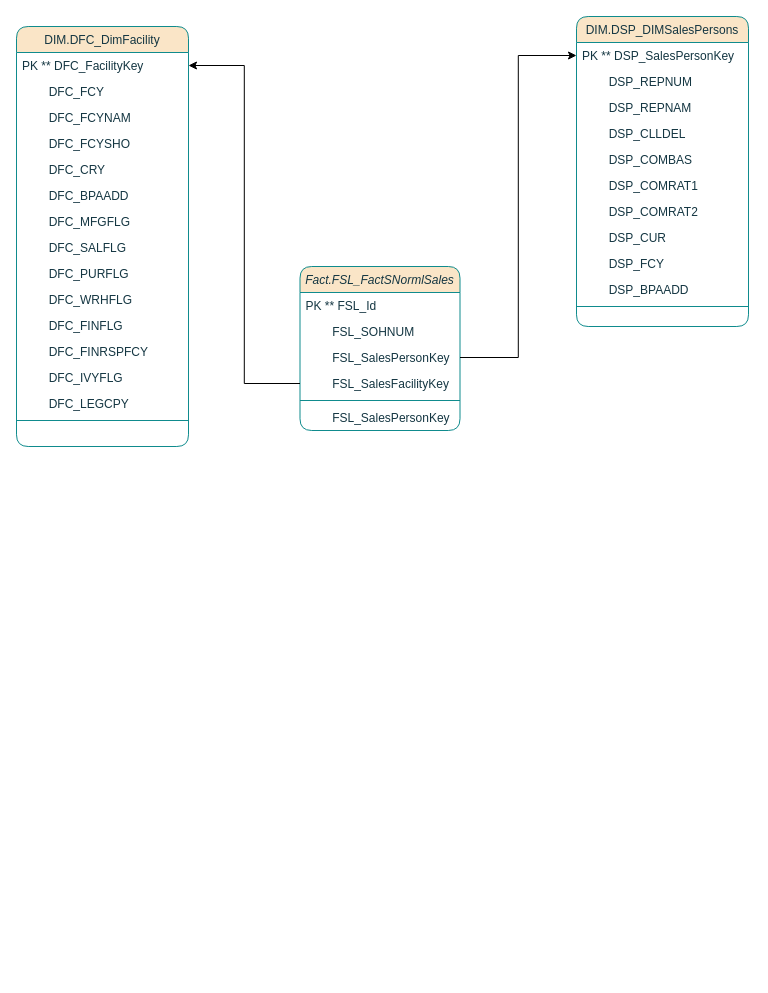
BorchaniMohamed/BI_PROJECT_PFE keeps this draw.io diagram as Diagramme de classe.drawio. Above is the earlier version. Source tidied: cells renumbered, new cells numbered last; positions are measured from the earlier drawing's top-left corner, leaving out a move shared by most shapes. Both pictures are drawn from the tidied source at 100%, with x=0, y=0 at pixel (16, 16).
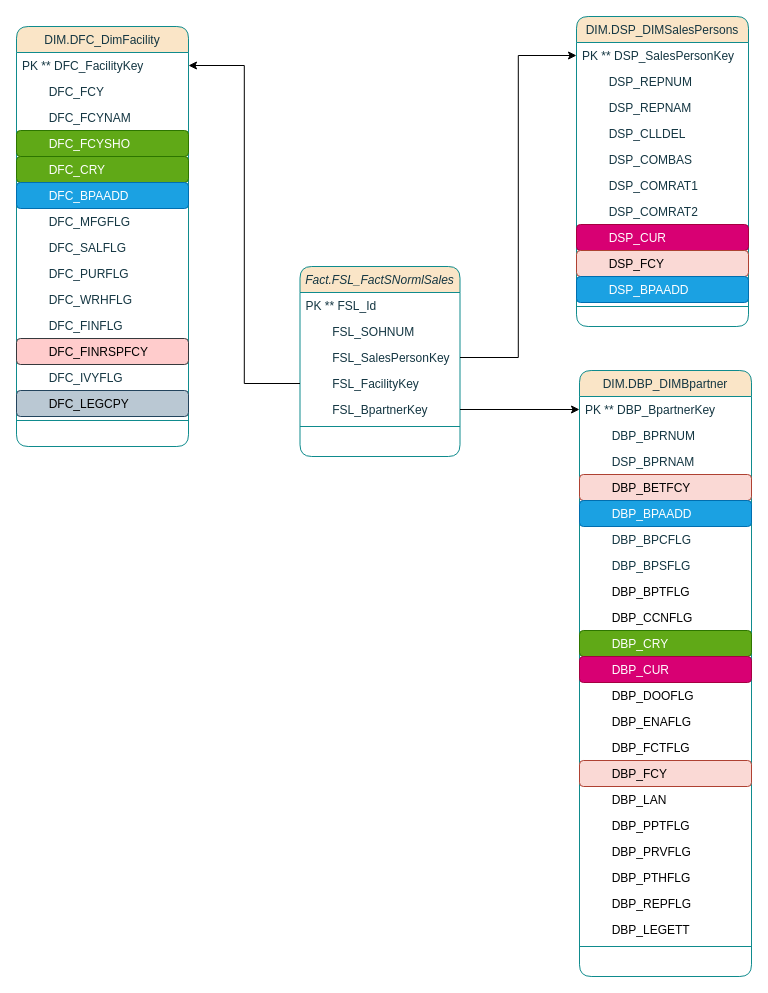
After the change.

Commit message:
Mettre à jour Diagramme de classe.drawio

Unchanged cells that the change refers to:
```xml
<mxCell id="9" value="DIM.DSP_DIMSalesPersons" style="swimlane;fontStyle=0;align=center;verticalAlign=top;horizontal=1;startSize=26;rounded=1;shadow=0;strokeWidth=1;fillColor=#FAE5C7;strokeColor=#0F8B8D;labelBackgroundColor=none;fontColor=#143642;" parent="1" vertex="1">
  <mxGeometry x="560" width="172" height="310" as="geometry" />
</mxCell>
<mxCell id="22" value="DIM.DFC_DimFacility" style="swimlane;fontStyle=0;align=center;verticalAlign=top;horizontal=1;startSize=26;rounded=1;shadow=0;strokeWidth=1;fillColor=#FAE5C7;strokeColor=#0F8B8D;labelBackgroundColor=none;fontColor=#143642;" parent="1" vertex="1">
  <mxGeometry y="10" width="172" height="420" as="geometry" />
</mxCell>
```

What changed in the source:
```diff
@@
     <mxCell id="2" value="Fact.FSL_FactSNormlSales" style="swimlane;fontStyle=2;align=center;verticalAlign=top;horizontal=1;startSize=26;rounded=1;shadow=0;strokeWidth=1;labelBackgroundColor=none;fillColor=#FAE5C7;strokeColor=#0F8B8D;fontColor=#143642;" parent="1" vertex="1">
-      <mxGeometry x="283.5" y="250" width="160" height="164" as="geometry" />
+      <mxGeometry x="283.5" y="250" width="160" height="190" as="geometry" />
     </mxCell>
@@
-    <mxCell id="6" value="        FSL_SalesFacilityKey" style="text;align=left;verticalAlign=top;spacingLeft=4;spacingRight=4;overflow=hidden;points=[[0,0.5],[1,0.5]];portConstraint=eastwest;rounded=1;shadow=0;html=0;labelBackgroundColor=none;fontColor=#143642;" parent="2" vertex="1">
+    <mxCell id="6" value="        FSL_FacilityKey" style="text;align=left;verticalAlign=top;spacingLeft=4;spacingRight=4;overflow=hidden;points=[[0,0.5],[1,0.5]];portConstraint=eastwest;rounded=1;shadow=0;html=0;labelBackgroundColor=none;fontColor=#143642;" parent="2" vertex="1">
       <mxGeometry y="104" width="160" height="26" as="geometry" />
     </mxCell>
+    <mxCell id="8" value="        FSL_BpartnerKey" style="text;align=left;verticalAlign=top;spacingLeft=4;spacingRight=4;overflow=hidden;points=[[0,0.5],[1,0.5]];portConstraint=eastwest;rounded=1;shadow=0;html=0;labelBackgroundColor=none;fontColor=#143642;" parent="2" vertex="1">
+      <mxGeometry y="130" width="160" height="26" as="geometry" />
+    </mxCell>
     <mxCell id="7" style="line;html=1;strokeWidth=1;align=left;verticalAlign=middle;spacingTop=-1;spacingLeft=3;spacingRight=3;labelPosition=right;labelBackgroundColor=none;fillColor=#FAE5C7;strokeColor=#0F8B8D;fontColor=#143642;rounded=1;" parent="2" vertex="1">
-      <mxGeometry y="130" width="160" height="8" as="geometry" />
+      <mxGeometry y="156" width="160" height="8" as="geometry" />
     </mxCell>
-    <mxCell id="8" value="        FSL_SalesPersonKey" style="text;align=left;verticalAlign=top;spacingLeft=4;spacingRight=4;overflow=hidden;points=[[0,0.5],[1,0.5]];portConstraint=eastwest;rounded=1;shadow=0;html=0;labelBackgroundColor=none;fontColor=#143642;" parent="2" vertex="1">
-      <mxGeometry y="138" width="160" height="26" as="geometry" />
-    </mxCell>
@@
-    <mxCell id="17" value="        DSP_CUR " style="text;align=left;verticalAlign=top;spacingLeft=4;spacingRight=4;overflow=hidden;rounded=1;shadow=0;html=0;labelBackgroundColor=none;fontColor=#143642;" parent="9" vertex="1">
+    <mxCell id="17" value="        DSP_CUR " style="text;align=left;verticalAlign=top;spacingLeft=4;spacingRight=4;overflow=hidden;rounded=1;shadow=0;html=0;labelBackgroundColor=none;fontColor=#ffffff;fillColor=#d80073;strokeColor=#A50040;" parent="9" vertex="1">
       <mxGeometry y="208" width="172" height="26" as="geometry" />
     </mxCell>
-    <mxCell id="18" value="        DSP_FCY" style="text;align=left;verticalAlign=top;spacingLeft=4;spacingRight=4;overflow=hidden;rounded=1;shadow=0;html=0;labelBackgroundColor=none;fontColor=#143642;" parent="9" vertex="1">
+    <mxCell id="18" value="        DSP_FCY" style="text;align=left;verticalAlign=top;spacingLeft=4;spacingRight=4;overflow=hidden;rounded=1;shadow=0;html=0;labelBackgroundColor=none;fillColor=#fad9d5;strokeColor=#ae4132;" parent="9" vertex="1">
       <mxGeometry y="234" width="172" height="26" as="geometry" />
     </mxCell>
-    <mxCell id="19" value="        DSP_BPAADD" style="text;align=left;verticalAlign=top;spacingLeft=4;spacingRight=4;overflow=hidden;rounded=1;shadow=0;html=0;labelBackgroundColor=none;fontColor=#143642;" parent="9" vertex="1">
+    <mxCell id="19" value="        DSP_BPAADD" style="text;align=left;verticalAlign=top;spacingLeft=4;spacingRight=4;overflow=hidden;rounded=1;shadow=0;html=0;labelBackgroundColor=none;fontColor=#ffffff;fillColor=#1ba1e2;strokeColor=#006EAF;" parent="9" vertex="1">
       <mxGeometry y="260" width="172" height="26" as="geometry" />
     </mxCell>
@@
-    <mxCell id="26" value="        DFC_FCYSHO" style="text;align=left;verticalAlign=top;spacingLeft=4;spacingRight=4;overflow=hidden;labelBackgroundColor=none;fontColor=#143642;rounded=1;" parent="22" vertex="1">
+    <mxCell id="26" value="        DFC_FCYSHO" style="text;align=left;verticalAlign=top;spacingLeft=4;spacingRight=4;overflow=hidden;labelBackgroundColor=none;rounded=1;fillColor=#60a917;fontColor=#ffffff;strokeColor=#2D7600;" parent="22" vertex="1">
       <mxGeometry y="104" width="172" height="26" as="geometry" />
     </mxCell>
-    <mxCell id="27" value="        DFC_CRY" style="text;align=left;verticalAlign=top;spacingLeft=4;spacingRight=4;overflow=hidden;labelBackgroundColor=none;fontColor=#143642;rounded=1;" parent="22" vertex="1">
+    <mxCell id="27" value="        DFC_CRY" style="text;align=left;verticalAlign=top;spacingLeft=4;spacingRight=4;overflow=hidden;labelBackgroundColor=none;fontColor=#ffffff;rounded=1;fillColor=#60a917;strokeColor=#2D7600;" parent="22" vertex="1">
       <mxGeometry y="130" width="172" height="26" as="geometry" />
     </mxCell>
-    <mxCell id="28" value="        DFC_BPAADD" style="text;align=left;verticalAlign=top;spacingLeft=4;spacingRight=4;overflow=hidden;labelBackgroundColor=none;fontColor=#143642;rounded=1;" parent="22" vertex="1">
+    <mxCell id="28" value="        DFC_BPAADD" style="text;align=left;verticalAlign=top;spacingLeft=4;spacingRight=4;overflow=hidden;labelBackgroundColor=none;fontColor=#ffffff;rounded=1;fillColor=#1ba1e2;strokeColor=#006EAF;" parent="22" vertex="1">
       <mxGeometry y="156" width="172" height="26" as="geometry" />
     </mxCell>
@@
-    <mxCell id="34" value="        DFC_FINRSPFCY" style="text;align=left;verticalAlign=top;spacingLeft=4;spacingRight=4;overflow=hidden;labelBackgroundColor=none;fontColor=#143642;rounded=1;" parent="22" vertex="1">
+    <mxCell id="34" value="        DFC_FINRSPFCY" style="text;align=left;verticalAlign=top;spacingLeft=4;spacingRight=4;overflow=hidden;labelBackgroundColor=none;rounded=1;fillColor=#ffcccc;strokeColor=#36393d;" parent="22" vertex="1">
       <mxGeometry y="312" width="172" height="26" as="geometry" />
     </mxCell>
@@
-    <mxCell id="36" value="        DFC_LEGCPY" style="text;align=left;verticalAlign=top;spacingLeft=4;spacingRight=4;overflow=hidden;labelBackgroundColor=none;fontColor=#143642;rounded=1;" parent="22" vertex="1">
+    <mxCell id="36" value="        DFC_LEGCPY" style="text;align=left;verticalAlign=top;spacingLeft=4;spacingRight=4;overflow=hidden;labelBackgroundColor=none;rounded=1;fillColor=#bac8d3;strokeColor=#23445d;" parent="22" vertex="1">
       <mxGeometry y="364" width="172" height="26" as="geometry" />
     </mxCell>
@@
+    <mxCell id="39" value="DIM.DBP_DIMBpartner" style="swimlane;fontStyle=0;align=center;verticalAlign=top;horizontal=1;startSize=26;rounded=1;shadow=0;strokeWidth=1;fillColor=#FAE5C7;strokeColor=#0F8B8D;labelBackgroundColor=none;fontColor=#143642;" parent="1" vertex="1">
+      <mxGeometry x="563" y="354" width="172" height="606" as="geometry" />
+    </mxCell>
+    <mxCell id="40" value="PK ** DBP_BpartnerKey" style="text;align=left;verticalAlign=top;spacingLeft=4;spacingRight=4;overflow=hidden;points=[[0,0.5],[1,0.5]];portConstraint=eastwest;labelBackgroundColor=none;fontColor=#143642;rounded=1;" parent="39" vertex="1">
+      <mxGeometry y="26" width="172" height="26" as="geometry" />
+    </mxCell>
+    <mxCell id="41" value="        DBP_BPRNUM" style="text;align=left;verticalAlign=top;spacingLeft=4;spacingRight=4;overflow=hidden;labelBackgroundColor=none;fontColor=#143642;rounded=1;" parent="39" vertex="1">
+      <mxGeometry y="52" width="172" height="26" as="geometry" />
+    </mxCell>
+    <mxCell id="42" value="        DSP_BPRNAM" style="text;align=left;verticalAlign=top;spacingLeft=4;spacingRight=4;overflow=hidden;labelBackgroundColor=none;fontColor=#143642;rounded=1;" parent="39" vertex="1">
+      <mxGeometry y="78" width="172" height="26" as="geometry" />
+    </mxCell>
+    <mxCell id="43" value="        DBP_BETFCY" style="text;align=left;verticalAlign=top;spacingLeft=4;spacingRight=4;overflow=hidden;rounded=1;shadow=0;html=0;labelBackgroundColor=none;fillColor=#fad9d5;strokeColor=#ae4132;" parent="39" vertex="1">
+      <mxGeometry y="104" width="172" height="26" as="geometry" />
+    </mxCell>
+    <mxCell id="44" value="        DBP_BPAADD" style="text;align=left;verticalAlign=top;spacingLeft=4;spacingRight=4;overflow=hidden;rounded=1;shadow=0;html=0;labelBackgroundColor=none;fontColor=#ffffff;fillColor=#1ba1e2;strokeColor=#006EAF;" parent="39" vertex="1">
+      <mxGeometry y="130" width="172" height="26" as="geometry" />
+    </mxCell>
+    <mxCell id="45" value="        DBP_BPCFLG" style="text;align=left;verticalAlign=top;spacingLeft=4;spacingRight=4;overflow=hidden;rounded=1;shadow=0;html=0;labelBackgroundColor=none;fontColor=#143642;" parent="39" vertex="1">
+      <mxGeometry y="156" width="172" height="26" as="geometry" />
+    </mxCell>
+    <mxCell id="46" value="        DBP_BPSFLG" style="text;align=left;verticalAlign=top;spacingLeft=4;spacingRight=4;overflow=hidden;rounded=1;shadow=0;html=0;labelBackgroundColor=none;fontColor=#143642;" parent="39" vertex="1">
+      <mxGeometry y="182" width="172" height="26" as="geometry" />
+    </mxCell>
+    <mxCell id="47" value="        DBP_BPTFLG" style="text;align=left;verticalAlign=top;spacingLeft=4;spacingRight=4;overflow=hidden;rounded=1;shadow=0;html=0;labelBackgroundColor=none;" parent="39" vertex="1">
+      <mxGeometry y="208" width="172" height="26" as="geometry" />
+    </mxCell>
+    <mxCell id="48" value="        DBP_CCNFLG" style="text;align=left;verticalAlign=top;spacingLeft=4;spacingRight=4;overflow=hidden;rounded=1;shadow=0;html=0;labelBackgroundColor=none;" parent="39" vertex="1">
+      <mxGeometry y="234" width="172" height="26" as="geometry" />
+    </mxCell>
+    <mxCell id="49" value="        DBP_CRY" style="text;align=left;verticalAlign=top;spacingLeft=4;spacingRight=4;overflow=hidden;rounded=1;shadow=0;html=0;labelBackgroundColor=none;fillColor=#60a917;fontColor=#ffffff;strokeColor=#2D7600;" parent="39" vertex="1">
+      <mxGeometry y="260" width="172" height="26" as="geometry" />
+    </mxCell>
+    <mxCell id="50" value="        DBP_CUR" style="text;align=left;verticalAlign=top;spacingLeft=4;spacingRight=4;overflow=hidden;rounded=1;shadow=0;html=0;labelBackgroundColor=none;fillColor=#d80073;fontColor=#ffffff;strokeColor=#A50040;" parent="39" vertex="1">
+      <mxGeometry y="286" width="172" height="26" as="geometry" />
+    </mxCell>
+    <mxCell id="51" value="        DBP_DOOFLG" style="text;align=left;verticalAlign=top;spacingLeft=4;spacingRight=4;overflow=hidden;rounded=1;shadow=0;html=0;labelBackgroundColor=none;" parent="39" vertex="1">
+      <mxGeometry y="312" width="172" height="26" as="geometry" />
+    </mxCell>
+    <mxCell id="52" value="        DBP_ENAFLG" style="text;align=left;verticalAlign=top;spacingLeft=4;spacingRight=4;overflow=hidden;rounded=1;shadow=0;html=0;labelBackgroundColor=none;" parent="39" vertex="1">
+      <mxGeometry y="338" width="172" height="26" as="geometry" />
+    </mxCell>
+    <mxCell id="53" value="        DBP_FCTFLG" style="text;align=left;verticalAlign=top;spacingLeft=4;spacingRight=4;overflow=hidden;rounded=1;shadow=0;html=0;labelBackgroundColor=none;" parent="39" vertex="1">
+      <mxGeometry y="364" width="172" height="26" as="geometry" />
+    </mxCell>
+    <mxCell id="54" value="        DBP_FCY" style="text;align=left;verticalAlign=top;spacingLeft=4;spacingRight=4;overflow=hidden;rounded=1;shadow=0;html=0;labelBackgroundColor=none;fillColor=#fad9d5;strokeColor=#ae4132;" parent="39" vertex="1">
+      <mxGeometry y="390" width="172" height="26" as="geometry" />
+    </mxCell>
+    <mxCell id="55" value="        DBP_LAN" style="text;align=left;verticalAlign=top;spacingLeft=4;spacingRight=4;overflow=hidden;rounded=1;shadow=0;html=0;labelBackgroundColor=none;" parent="39" vertex="1">
+      <mxGeometry y="416" width="172" height="26" as="geometry" />
+    </mxCell>
+    <mxCell id="56" value="        DBP_PPTFLG" style="text;align=left;verticalAlign=top;spacingLeft=4;spacingRight=4;overflow=hidden;rounded=1;shadow=0;html=0;labelBackgroundColor=none;" parent="39" vertex="1">
+      <mxGeometry y="442" width="172" height="26" as="geometry" />
+    </mxCell>
+    <mxCell id="57" value="        DBP_PRVFLG" style="text;align=left;verticalAlign=top;spacingLeft=4;spacingRight=4;overflow=hidden;rounded=1;shadow=0;html=0;labelBackgroundColor=none;" parent="39" vertex="1">
+      <mxGeometry y="468" width="172" height="26" as="geometry" />
+    </mxCell>
+    <mxCell id="58" value="        DBP_PTHFLG" style="text;align=left;verticalAlign=top;spacingLeft=4;spacingRight=4;overflow=hidden;rounded=1;shadow=0;html=0;labelBackgroundColor=none;" parent="39" vertex="1">
+      <mxGeometry y="494" width="172" height="26" as="geometry" />
+    </mxCell>
+    <mxCell id="59" value="        DBP_REPFLG" style="text;align=left;verticalAlign=top;spacingLeft=4;spacingRight=4;overflow=hidden;rounded=1;shadow=0;html=0;labelBackgroundColor=none;" parent="39" vertex="1">
+      <mxGeometry y="520" width="172" height="26" as="geometry" />
+    </mxCell>
+    <mxCell id="60" value="        DBP_LEGETT" style="text;align=left;verticalAlign=top;spacingLeft=4;spacingRight=4;overflow=hidden;rounded=1;shadow=0;html=0;labelBackgroundColor=none;" parent="39" vertex="1">
+      <mxGeometry y="546" width="172" height="26" as="geometry" />
+    </mxCell>
+    <mxCell id="61" style="line;html=1;strokeWidth=1;align=left;verticalAlign=middle;spacingTop=-1;spacingLeft=3;spacingRight=3;labelPosition=right;labelBackgroundColor=none;fillColor=#FAE5C7;strokeColor=#0F8B8D;fontColor=#143642;rounded=1;" parent="39" vertex="1">
+      <mxGeometry y="572" width="172" height="8" as="geometry" />
+    </mxCell>
+    <mxCell id="62" style="edgeStyle=orthogonalEdgeStyle;rounded=0;jettySize=auto;html=1;" parent="1" edge="1" source="8" target="40">
+      <mxGeometry relative="1" as="geometry" />
+    </mxCell>
```
